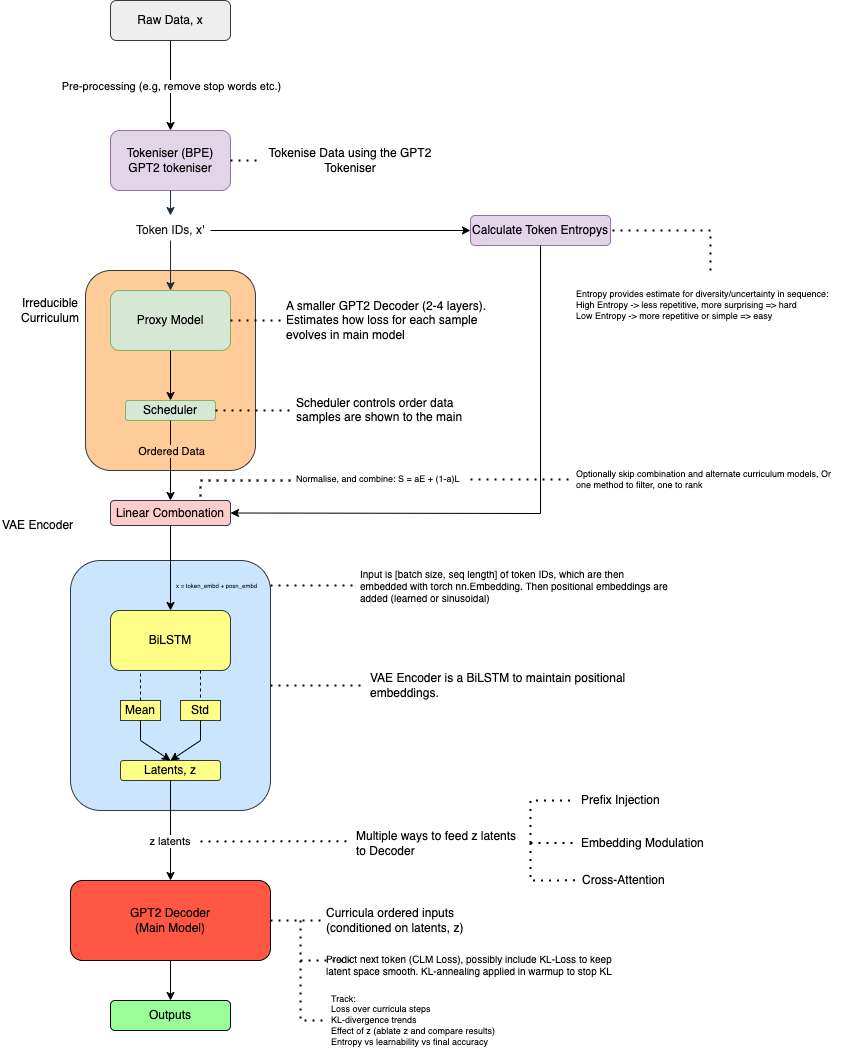
Earlier version of the draw.io export model.png (kishandotpandey1352/BabyLM-Challenge_self). Source tidied: cells renumbered, new cells last; positions are measured from the earlier drawing's top-left corner, leaving out a move shared by most shapes.
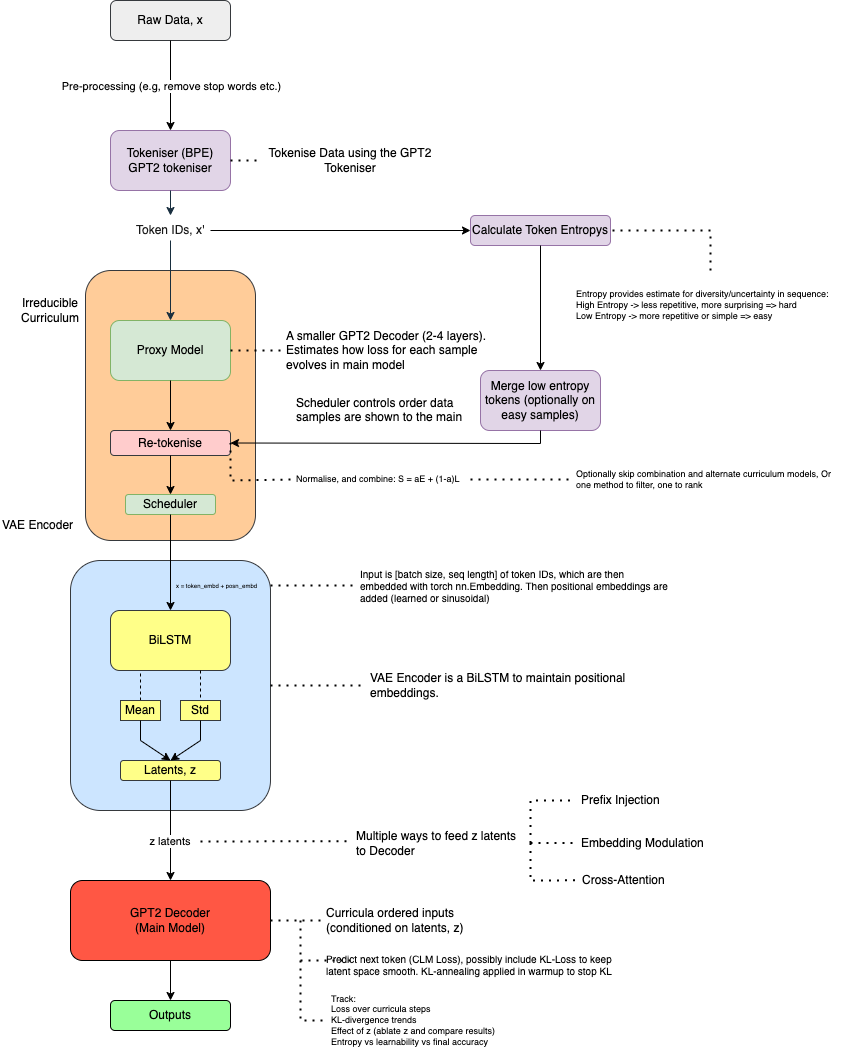
The same file after the commit.

The edit, as a diff of the source:
```diff
@@ -3,7 +3,7 @@
     <mxCell id="0" />
     <mxCell id="1" parent="0" />
     <mxCell id="2" style="rounded=1;whiteSpace=wrap;html=1;fillColor=#ffcc99;strokeColor=#36393d;" parent="1" vertex="1">
-      <mxGeometry x="85" y="270" width="170" height="200" as="geometry" />
+      <mxGeometry x="85" y="270" width="170" height="270" as="geometry" />
     </mxCell>
     <mxCell id="3" value="Raw Data, x" style="rounded=1;whiteSpace=wrap;html=1;fontSize=12;glass=0;strokeWidth=1;shadow=0;labelBackgroundColor=none;fillColor=#eeeeee;strokeColor=#36393d;" parent="1" vertex="1">
       <mxGeometry x="110" width="120" height="40" as="geometry" />
@@ -32,23 +32,17 @@
       <mxGeometry x="260" y="145" width="180" height="30" as="geometry" />
     </mxCell>
     <mxCell id="11" value="Proxy Model" style="rounded=1;whiteSpace=wrap;html=1;fillColor=#d5e8d4;strokeColor=#82b366;" parent="1" vertex="1">
-      <mxGeometry x="110" y="290" width="120" height="60" as="geometry" />
+      <mxGeometry x="110" y="320" width="120" height="60" as="geometry" />
     </mxCell>
     <mxCell id="12" style="endArrow=none;dashed=1;html=1;dashPattern=1 3;strokeWidth=2;rounded=0;exitX=1;exitY=0.5;exitDx=0;exitDy=0;" parent="1" edge="1" source="11" target="13">
       <mxGeometry relative="1" as="geometry" />
     </mxCell>
     <mxCell id="13" value="A smaller GPT2 Decoder (2-4 layers).&lt;div&gt;Estimates how loss for each sample evolves in main model&lt;/div&gt;" style="text;strokeColor=none;fillColor=none;align=left;verticalAlign=middle;spacingLeft=4;spacingRight=4;overflow=hidden;points=[[0,0.5],[1,0.5]];portConstraint=eastwest;whiteSpace=wrap;html=1;" parent="1" vertex="1">
-      <mxGeometry x="280" y="287.5" width="240" height="65" as="geometry" />
+      <mxGeometry x="280" y="317.5" width="240" height="65" as="geometry" />
     </mxCell>
     <mxCell id="14" value="Scheduler" style="rounded=1;whiteSpace=wrap;html=1;fillColor=#d5e8d4;strokeColor=#82b366;" parent="1" vertex="1">
-      <mxGeometry x="125" y="400" width="90" height="20" as="geometry" />
+      <mxGeometry x="125" y="494" width="90" height="20" as="geometry" />
     </mxCell>
-    <mxCell id="15" style="endArrow=classic;html=1;rounded=0;exitX=0.5;exitY=1;exitDx=0;exitDy=0;entryX=0.5;entryY=0;entryDx=0;entryDy=0;" parent="1" edge="1" source="11" target="14">
-      <mxGeometry relative="1" as="geometry" />
-    </mxCell>
-    <mxCell id="16" style="endArrow=none;dashed=1;html=1;dashPattern=1 3;strokeWidth=2;rounded=0;exitX=1;exitY=0.5;exitDx=0;exitDy=0;" parent="1" edge="1" source="14" target="17">
-      <mxGeometry relative="1" as="geometry" />
-    </mxCell>
     <mxCell id="17" value="Scheduler controls order data samples are shown to the main model over time&amp;nbsp;" style="text;strokeColor=none;fillColor=none;align=left;verticalAlign=middle;spacingLeft=4;spacingRight=4;overflow=hidden;points=[[0,0.5],[1,0.5]];portConstraint=eastwest;whiteSpace=wrap;html=1;" parent="1" vertex="1">
       <mxGeometry x="290" y="393.8" width="180" height="32.5" as="geometry" />
     </mxCell>
@@ -168,13 +162,6 @@
     <mxCell id="48" style="endArrow=none;dashed=1;html=1;dashPattern=1 3;strokeWidth=2;rounded=0;exitX=1;exitY=0.5;exitDx=0;exitDy=0;entryX=0;entryY=0.5;entryDx=0;entryDy=0;" parent="1" edge="1" source="4" target="10">
       <mxGeometry relative="1" as="geometry" />
     </mxCell>
-    <mxCell id="49" style="endArrow=classic;html=1;rounded=0;exitX=0.5;exitY=1;exitDx=0;exitDy=0;entryX=1;entryY=0.5;entryDx=0;entryDy=0;" parent="1" edge="1" source="46" target="51">
-      <mxGeometry relative="1" as="geometry">
-        <Array as="points">
-          <mxPoint x="540" y="513" />
-        </Array>
-      </mxGeometry>
-    </mxCell>
     <mxCell id="50" style="endArrow=none;dashed=1;html=1;dashPattern=1 3;strokeWidth=2;rounded=0;entryX=1;entryY=0.5;entryDx=0;entryDy=0;" parent="1" edge="1" source="47" target="46">
       <mxGeometry relative="1" as="geometry">
         <Array as="points">
@@ -182,25 +169,9 @@
         </Array>
       </mxGeometry>
     </mxCell>
-    <mxCell id="51" value="Linear Combonation" style="rounded=1;whiteSpace=wrap;html=1;fillColor=#ffcccc;strokeColor=#36393d;" parent="1" vertex="1">
-      <mxGeometry x="110" y="500" width="120" height="25" as="geometry" />
+    <mxCell id="51" value="Re-tokenise" style="rounded=1;whiteSpace=wrap;html=1;fillColor=#ffcccc;strokeColor=#36393d;" parent="1" vertex="1">
+      <mxGeometry x="110" y="430" width="120" height="25" as="geometry" />
     </mxCell>
-    <mxCell id="52" style="endArrow=classic;html=1;rounded=0;exitX=0.5;exitY=1;exitDx=0;exitDy=0;entryX=0.5;entryY=0;entryDx=0;entryDy=0;labelBackgroundColor=none;" parent="1" edge="1" source="14" target="51">
-      <mxGeometry relative="1" as="geometry" />
-    </mxCell>
-    <mxCell id="53" value="Ordered Data" style="edgeLabel;html=1;align=center;verticalAlign=middle;labelBackgroundColor=#FFCC99;fontColor=default;" parent="52" vertex="1">
-      <mxGeometry relative="1" as="geometry">
-        <mxPoint y="-10" as="offset" />
-      </mxGeometry>
-    </mxCell>
-    <mxCell id="54" style="endArrow=none;dashed=1;html=1;dashPattern=1 3;strokeWidth=2;rounded=0;entryX=0.75;entryY=0;entryDx=0;entryDy=0;" parent="1" edge="1" target="51">
-      <mxGeometry relative="1" as="geometry">
-        <mxPoint x="290" y="480" as="sourcePoint" />
-        <Array as="points">
-          <mxPoint x="200" y="480" />
-        </Array>
-      </mxGeometry>
-    </mxCell>
     <mxCell id="55" value="Normalise, and combine: S = aE + (1-a)L&amp;nbsp;" style="text;strokeColor=none;fillColor=none;align=left;verticalAlign=middle;spacingLeft=4;spacingRight=4;overflow=hidden;points=[[0,0.5],[1,0.5]];portConstraint=eastwest;whiteSpace=wrap;html=1;fontSize=9;" parent="1" vertex="1">
       <mxGeometry x="290" y="464" width="180" height="30" as="geometry" />
     </mxCell>
@@ -210,9 +181,6 @@
     <mxCell id="57" value="Optionally skip combination and alternate curriculum models, Or one method to filter, one to rank" style="text;strokeColor=none;fillColor=none;align=left;verticalAlign=middle;spacingLeft=4;spacingRight=4;overflow=hidden;points=[[0,0.5],[1,0.5]];portConstraint=eastwest;whiteSpace=wrap;html=1;fontSize=9;" parent="1" vertex="1">
       <mxGeometry x="570" y="464" width="280" height="30" as="geometry" />
     </mxCell>
-    <mxCell id="58" style="endArrow=classic;html=1;rounded=0;exitX=0.5;exitY=1;exitDx=0;exitDy=0;entryX=0.5;entryY=0;entryDx=0;entryDy=0;" parent="1" edge="1" source="51" target="21">
-      <mxGeometry relative="1" as="geometry" />
-    </mxCell>
     <mxCell id="59" style="endArrow=none;dashed=1;html=1;dashPattern=1 3;strokeWidth=2;rounded=0;exitX=1;exitY=0.5;exitDx=0;exitDy=0;" parent="1" edge="1" source="36" target="60">
       <mxGeometry relative="1" as="geometry" />
     </mxCell>
@@ -254,5 +222,34 @@
     <mxCell id="67" value="Outputs" style="rounded=1;whiteSpace=wrap;html=1;fillColor=#99FF99;strokeColor=#000000;" parent="1" vertex="1">
       <mxGeometry x="110" y="1000" width="120" height="30" as="geometry" />
     </mxCell>
+    <mxCell id="68" style="endArrow=classic;html=1;rounded=0;exitX=0.5;exitY=1;exitDx=0;exitDy=0;" parent="1" edge="1" source="46" target="69">
+      <mxGeometry relative="1" as="geometry" />
+    </mxCell>
+    <mxCell id="69" value="Merge low entropy tokens (optionally on easy samples)" style="rounded=1;whiteSpace=wrap;html=1;fillColor=#e1d5e7;strokeColor=#9673a6;" parent="1" vertex="1">
+      <mxGeometry x="480" y="370" width="120" height="60" as="geometry" />
+    </mxCell>
+    <mxCell id="70" style="endArrow=classic;html=1;rounded=0;exitX=0.5;exitY=1;exitDx=0;exitDy=0;entryX=1;entryY=0.5;entryDx=0;entryDy=0;" parent="1" edge="1" source="69" target="51">
+      <mxGeometry relative="1" as="geometry">
+        <Array as="points">
+          <mxPoint x="540" y="443" />
+        </Array>
+      </mxGeometry>
+    </mxCell>
+    <mxCell id="71" style="endArrow=classic;html=1;rounded=0;exitX=0.5;exitY=1;exitDx=0;exitDy=0;entryX=0.5;entryY=0;entryDx=0;entryDy=0;" parent="1" edge="1" source="11" target="51">
+      <mxGeometry relative="1" as="geometry" />
+    </mxCell>
+    <mxCell id="72" style="endArrow=classic;html=1;rounded=0;exitX=0.5;exitY=1;exitDx=0;exitDy=0;entryX=0.5;entryY=0;entryDx=0;entryDy=0;" parent="1" edge="1" source="51" target="14">
+      <mxGeometry relative="1" as="geometry" />
+    </mxCell>
+    <mxCell id="73" style="endArrow=classic;html=1;rounded=0;exitX=0.5;exitY=1;exitDx=0;exitDy=0;entryX=0.5;entryY=0;entryDx=0;entryDy=0;" parent="1" edge="1" source="14" target="21">
+      <mxGeometry relative="1" as="geometry" />
+    </mxCell>
+    <mxCell id="74" style="endArrow=none;dashed=1;html=1;dashPattern=1 3;strokeWidth=2;rounded=0;exitX=0;exitY=0.5;exitDx=0;exitDy=0;entryX=1;entryY=0.5;entryDx=0;entryDy=0;" parent="1" edge="1" source="55" target="51">
+      <mxGeometry relative="1" as="geometry">
+        <Array as="points">
+          <mxPoint x="230" y="480" />
+        </Array>
+      </mxGeometry>
+    </mxCell>
   </root>
 </mxGraphModel>
```
